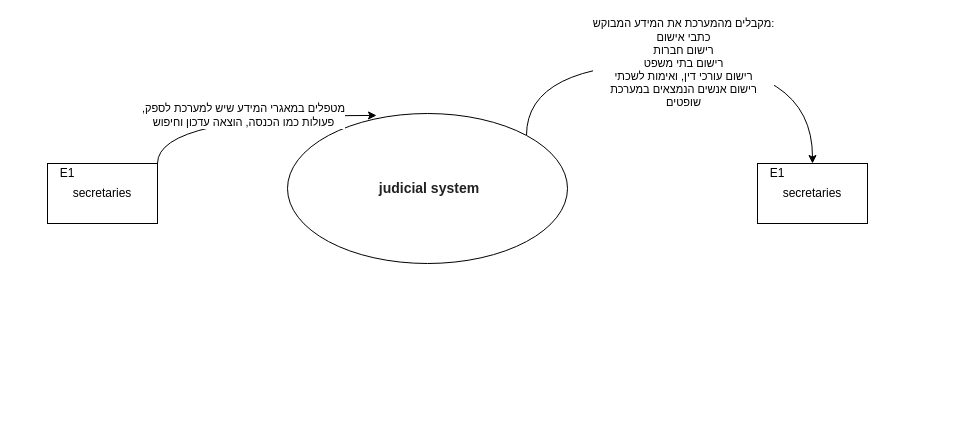
romhayh/law-and-order keeps this draw.io diagram as Untitled Diagram.drawio. Above is the earlier version. Source tidied: cells renumbered, new cells numbered last; positions are measured from the earlier drawing's top-left corner, leaving out a move shared by most shapes. Both pictures are drawn from the tidied source at 100%, with x=0, y=0 at pixel (47, 63).
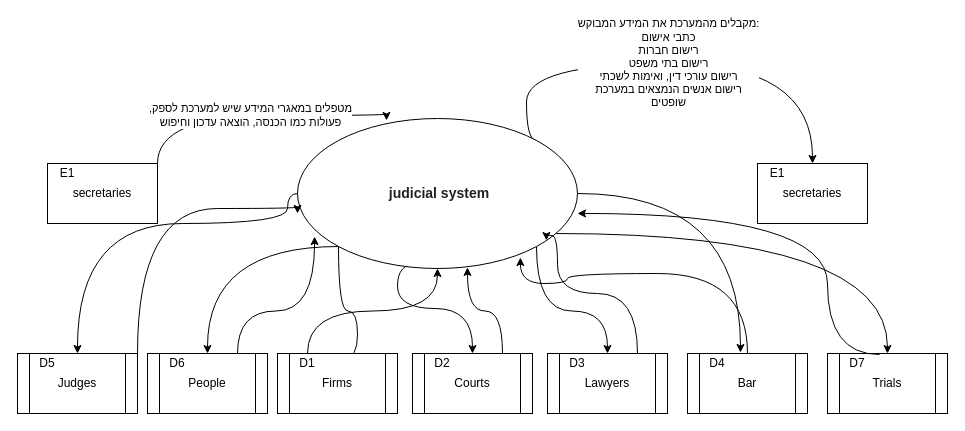
The same page after the edit.

The change refers to these unchanged cells:
```xml
<mxCell id="7" value="secretaries" style="rounded=0;whiteSpace=wrap;html=1;" parent="1" vertex="1">
  <mxGeometry x="710" y="100" width="110" height="60" as="geometry" />
</mxCell>
```

What changed in the source:
```diff
@@
     <mxCell id="2" value="מקבלים מהמערכת את המידע המבוקש:&lt;br&gt;כתבי אישום&lt;br&gt;רישום חברות&lt;br&gt;רישום בתי משפט&lt;br&gt;רישום עורכי דין, ואימות לשכתי&lt;br&gt;רישום אנשים הנמצאים במערכת&lt;br&gt;שופטים" style="edgeStyle=orthogonalEdgeStyle;curved=1;rounded=0;jettySize=auto;html=1;exitX=1;exitY=0;exitDx=0;exitDy=0;entryX=0.5;entryY=0;entryDx=0;entryDy=0;" parent="1" edge="1" source="3" target="7">
-      <mxGeometry relative="1" as="geometry">
+      <mxGeometry x="-0.03" relative="1" as="geometry">
         <Array as="points">
           <mxPoint x="479" />
           <mxPoint x="765" />
         </Array>
       </mxGeometry>
     </mxCell>
+    <mxCell id="9" style="edgeStyle=orthogonalEdgeStyle;curved=1;rounded=0;jettySize=auto;html=1;exitX=0;exitY=0.5;exitDx=0;exitDy=0;entryX=0.5;entryY=0;entryDx=0;entryDy=0;" parent="1" edge="1" source="3" target="29">
+      <mxGeometry relative="1" as="geometry">
+        <Array as="points">
+          <mxPoint x="240" y="160" />
+          <mxPoint x="30" y="160" />
+        </Array>
+      </mxGeometry>
+    </mxCell>
+    <mxCell id="10" style="edgeStyle=orthogonalEdgeStyle;curved=1;rounded=0;jettySize=auto;html=1;exitX=0;exitY=1;exitDx=0;exitDy=0;entryX=1;entryY=0;entryDx=0;entryDy=0;" parent="1" edge="1" source="3" target="36">
+      <mxGeometry relative="1" as="geometry" />
+    </mxCell>
+    <mxCell id="11" style="edgeStyle=orthogonalEdgeStyle;curved=1;rounded=0;jettySize=auto;html=1;exitX=0;exitY=1;exitDx=0;exitDy=0;entryX=1;entryY=0.25;entryDx=0;entryDy=0;" parent="1" edge="1" source="3" target="18">
+      <mxGeometry relative="1" as="geometry" />
+    </mxCell>
+    <mxCell id="12" style="edgeStyle=orthogonalEdgeStyle;curved=1;rounded=0;jettySize=auto;html=1;exitX=0.5;exitY=1;exitDx=0;exitDy=0;entryX=1;entryY=0;entryDx=0;entryDy=0;" parent="1" edge="1" source="3" target="21">
+      <mxGeometry relative="1" as="geometry">
+        <Array as="points">
+          <mxPoint x="350" y="200" />
+          <mxPoint x="350" y="245" />
+          <mxPoint x="425" y="245" />
+        </Array>
+      </mxGeometry>
+    </mxCell>
+    <mxCell id="13" style="edgeStyle=orthogonalEdgeStyle;curved=1;rounded=0;jettySize=auto;html=1;exitX=1;exitY=1;exitDx=0;exitDy=0;entryX=1;entryY=0;entryDx=0;entryDy=0;" parent="1" edge="1" source="3" target="24">
+      <mxGeometry relative="1" as="geometry" />
+    </mxCell>
+    <mxCell id="14" style="edgeStyle=orthogonalEdgeStyle;curved=1;rounded=0;jettySize=auto;html=1;entryX=0.883;entryY=-0.05;entryDx=0;entryDy=0;entryPerimeter=0;" parent="1" edge="1" source="3" target="27">
+      <mxGeometry relative="1" as="geometry" />
+    </mxCell>
+    <mxCell id="15" style="edgeStyle=orthogonalEdgeStyle;curved=1;rounded=0;jettySize=auto;html=1;" parent="1" edge="1" source="3" target="31">
+      <mxGeometry relative="1" as="geometry">
+        <Array as="points">
+          <mxPoint x="840" y="170" />
+        </Array>
+      </mxGeometry>
+    </mxCell>
     <mxCell id="3" value="&#10;&#10;&lt;span style=&quot;color: rgb(32, 33, 34); font-family: sans-serif; font-size: 14px; font-style: normal; font-weight: 400; letter-spacing: normal; text-indent: 0px; text-transform: none; word-spacing: 0px; background-color: rgb(255, 255, 255); display: inline; float: none;&quot;&gt;&lt;span&gt;&amp;nbsp;&lt;/span&gt;&lt;/span&gt;&lt;b style=&quot;color: rgb(32, 33, 34); font-family: sans-serif; font-size: 14px; font-style: normal; letter-spacing: normal; text-indent: 0px; text-transform: none; word-spacing: 0px; background-color: rgb(255, 255, 255);&quot;&gt;judicial system&lt;/b&gt;&#10;&#10;" style="ellipse;whiteSpace=wrap;html=1;" parent="1" vertex="1">
-      <mxGeometry x="240" y="50" width="280" height="150" as="geometry" />
+      <mxGeometry x="250" y="55" width="280" height="150" as="geometry" />
     </mxCell>
@@
+    <mxCell id="16" value="Firms" style="shape=process;whiteSpace=wrap;html=1;backgroundOutline=1;" parent="1" vertex="1">
+      <mxGeometry x="230" y="290" width="120" height="60" as="geometry" />
+    </mxCell>
+    <mxCell id="17" style="edgeStyle=orthogonalEdgeStyle;curved=1;rounded=0;jettySize=auto;html=1;" parent="1" edge="1" source="18" target="3">
+      <mxGeometry relative="1" as="geometry" />
+    </mxCell>
+    <mxCell id="18" value="D1" style="text;html=1;strokeColor=none;fillColor=none;align=center;verticalAlign=middle;whiteSpace=wrap;rounded=0;" parent="1" vertex="1">
+      <mxGeometry x="230" y="290" width="60" height="20" as="geometry" />
+    </mxCell>
+    <mxCell id="19" style="edgeStyle=orthogonalEdgeStyle;curved=1;rounded=0;jettySize=auto;html=1;exitX=0.75;exitY=0;exitDx=0;exitDy=0;entryX=0.607;entryY=0.993;entryDx=0;entryDy=0;entryPerimeter=0;" parent="1" edge="1" source="20" target="3">
+      <mxGeometry relative="1" as="geometry" />
+    </mxCell>
+    <mxCell id="20" value="Courts" style="shape=process;whiteSpace=wrap;html=1;backgroundOutline=1;" parent="1" vertex="1">
+      <mxGeometry x="365" y="290" width="120" height="60" as="geometry" />
+    </mxCell>
+    <mxCell id="21" value="D2" style="text;html=1;strokeColor=none;fillColor=none;align=center;verticalAlign=middle;whiteSpace=wrap;rounded=0;" parent="1" vertex="1">
+      <mxGeometry x="365" y="290" width="60" height="20" as="geometry" />
+    </mxCell>
+    <mxCell id="22" style="edgeStyle=orthogonalEdgeStyle;curved=1;rounded=0;jettySize=auto;html=1;exitX=0.75;exitY=0;exitDx=0;exitDy=0;entryX=0.889;entryY=0.813;entryDx=0;entryDy=0;entryPerimeter=0;" parent="1" edge="1" source="23" target="3">
+      <mxGeometry relative="1" as="geometry">
+        <Array as="points">
+          <mxPoint x="590" y="230" />
+          <mxPoint x="510" y="230" />
+          <mxPoint x="510" y="172" />
+        </Array>
+      </mxGeometry>
+    </mxCell>
+    <mxCell id="23" value="Lawyers" style="shape=process;whiteSpace=wrap;html=1;backgroundOutline=1;" parent="1" vertex="1">
+      <mxGeometry x="500" y="290" width="120" height="60" as="geometry" />
+    </mxCell>
+    <mxCell id="24" value="D3" style="text;html=1;strokeColor=none;fillColor=none;align=center;verticalAlign=middle;whiteSpace=wrap;rounded=0;" parent="1" vertex="1">
+      <mxGeometry x="500" y="290" width="60" height="20" as="geometry" />
+    </mxCell>
+    <mxCell id="25" style="edgeStyle=orthogonalEdgeStyle;curved=1;rounded=0;jettySize=auto;html=1;entryX=0.796;entryY=0.927;entryDx=0;entryDy=0;entryPerimeter=0;" parent="1" edge="1" source="26" target="3">
+      <mxGeometry relative="1" as="geometry">
+        <Array as="points">
+          <mxPoint x="700" y="210" />
+          <mxPoint x="520" y="210" />
+          <mxPoint x="520" y="220" />
+          <mxPoint x="473" y="220" />
+        </Array>
+      </mxGeometry>
+    </mxCell>
+    <mxCell id="26" value="Bar" style="shape=process;whiteSpace=wrap;html=1;backgroundOutline=1;" parent="1" vertex="1">
+      <mxGeometry x="640" y="290" width="120" height="60" as="geometry" />
+    </mxCell>
+    <mxCell id="27" value="D4" style="text;html=1;strokeColor=none;fillColor=none;align=center;verticalAlign=middle;whiteSpace=wrap;rounded=0;" parent="1" vertex="1">
+      <mxGeometry x="640" y="290" width="60" height="20" as="geometry" />
+    </mxCell>
+    <mxCell id="28" style="edgeStyle=orthogonalEdgeStyle;curved=1;rounded=0;jettySize=auto;html=1;entryX=0;entryY=0.633;entryDx=0;entryDy=0;entryPerimeter=0;" parent="1" edge="1" source="29" target="3">
+      <mxGeometry relative="1" as="geometry">
+        <Array as="points">
+          <mxPoint x="90" y="145" />
+        </Array>
+      </mxGeometry>
+    </mxCell>
+    <mxCell id="29" value="Judges" style="shape=process;whiteSpace=wrap;html=1;backgroundOutline=1;" parent="1" vertex="1">
+      <mxGeometry x="-30" y="290" width="120" height="60" as="geometry" />
+    </mxCell>
+    <mxCell id="30" value="D5" style="text;html=1;strokeColor=none;fillColor=none;align=center;verticalAlign=middle;whiteSpace=wrap;rounded=0;" parent="1" vertex="1">
+      <mxGeometry x="-30" y="290" width="60" height="20" as="geometry" />
+    </mxCell>
+    <mxCell id="31" value="Trials" style="shape=process;whiteSpace=wrap;html=1;backgroundOutline=1;" parent="1" vertex="1">
+      <mxGeometry x="780" y="290" width="120" height="60" as="geometry" />
+    </mxCell>
+    <mxCell id="32" style="edgeStyle=orthogonalEdgeStyle;curved=1;rounded=0;jettySize=auto;html=1;entryX=1;entryY=0.633;entryDx=0;entryDy=0;entryPerimeter=0;exitX=0.867;exitY=0.05;exitDx=0;exitDy=0;exitPerimeter=0;" parent="1" edge="1" source="33" target="3">
+      <mxGeometry relative="1" as="geometry">
+        <Array as="points">
+          <mxPoint x="780" y="291" />
+          <mxPoint x="780" y="150" />
+        </Array>
+      </mxGeometry>
+    </mxCell>
+    <mxCell id="33" value="D7" style="text;html=1;strokeColor=none;fillColor=none;align=center;verticalAlign=middle;whiteSpace=wrap;rounded=0;" parent="1" vertex="1">
+      <mxGeometry x="780" y="290" width="60" height="20" as="geometry" />
+    </mxCell>
+    <mxCell id="34" style="edgeStyle=orthogonalEdgeStyle;curved=1;rounded=0;jettySize=auto;html=1;exitX=0.75;exitY=0;exitDx=0;exitDy=0;entryX=0.061;entryY=0.787;entryDx=0;entryDy=0;entryPerimeter=0;" parent="1" edge="1" source="35" target="3">
+      <mxGeometry relative="1" as="geometry" />
+    </mxCell>
+    <mxCell id="35" value="People" style="shape=process;whiteSpace=wrap;html=1;backgroundOutline=1;" parent="1" vertex="1">
+      <mxGeometry x="100" y="290" width="120" height="60" as="geometry" />
+    </mxCell>
+    <mxCell id="36" value="D6" style="text;html=1;strokeColor=none;fillColor=none;align=center;verticalAlign=middle;whiteSpace=wrap;rounded=0;" parent="1" vertex="1">
+      <mxGeometry x="100" y="290" width="60" height="20" as="geometry" />
+    </mxCell>
```
